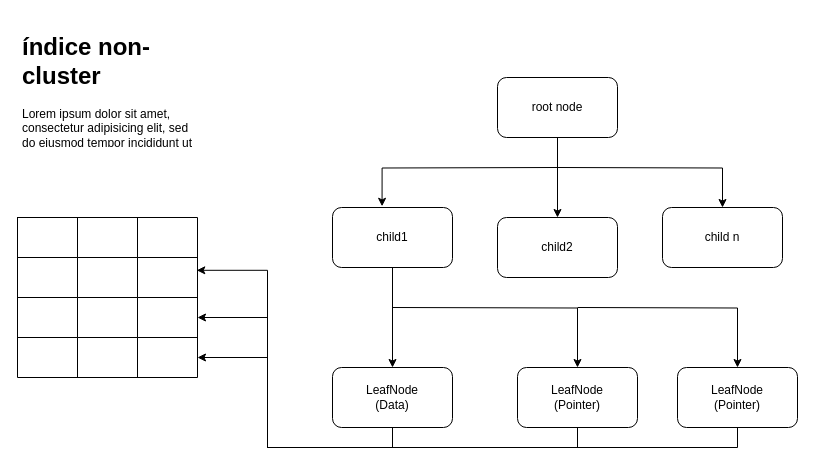
Earlier version of the draw.io diagram page "Página-2" (2 of 4) of apuntes10-10-23.drawio (KevinCordoba/RepositorioDiagramasBasesI2022). Source tidied: cells renumbered, new cells numbered last; positions are measured from the earlier drawing's top-left corner, leaving out a move shared by most shapes. Both pictures are drawn from the tidied source at 100%, with x=0, y=0 at pixel (17, 27).
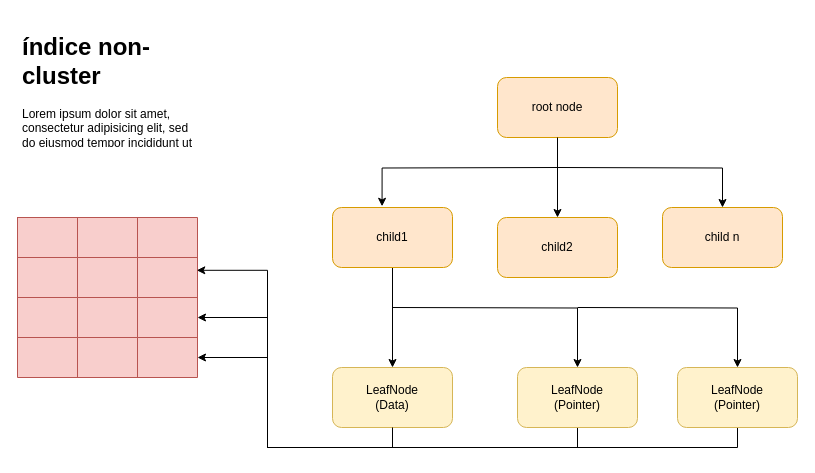
The same diagram, later.

The edit, as a diff of the source:
```diff
@@
-    <mxCell id="3" value="root node" style="rounded=1;whiteSpace=wrap;html=1;" parent="1" vertex="1">
+    <mxCell id="3" value="root node" style="rounded=1;whiteSpace=wrap;html=1;fillColor=#ffe6cc;strokeColor=#d79b00;" parent="1" vertex="1">
       <mxGeometry x="480" y="50" width="120" height="60" as="geometry" />
     </mxCell>
@@
-    <mxCell id="7" value="child1" style="rounded=1;whiteSpace=wrap;html=1;" parent="1" vertex="1">
+    <mxCell id="7" value="child1" style="rounded=1;whiteSpace=wrap;html=1;fillColor=#ffe6cc;strokeColor=#d79b00;" parent="1" vertex="1">
       <mxGeometry x="315" y="180" width="120" height="60" as="geometry" />
     </mxCell>
-    <mxCell id="8" value="child2" style="rounded=1;whiteSpace=wrap;html=1;" parent="1" vertex="1">
+    <mxCell id="8" value="child2" style="rounded=1;whiteSpace=wrap;html=1;fillColor=#ffe6cc;strokeColor=#d79b00;" parent="1" vertex="1">
       <mxGeometry x="480" y="190" width="120" height="60" as="geometry" />
     </mxCell>
-    <mxCell id="9" value="child n" style="rounded=1;whiteSpace=wrap;html=1;" parent="1" vertex="1">
+    <mxCell id="9" value="child n" style="rounded=1;whiteSpace=wrap;html=1;fillColor=#ffe6cc;strokeColor=#d79b00;" parent="1" vertex="1">
       <mxGeometry x="645" y="180" width="120" height="60" as="geometry" />
     </mxCell>
@@
-    <mxCell id="12" value="LeafNode&lt;br&gt;(Data)" style="rounded=1;whiteSpace=wrap;html=1;" parent="1" vertex="1">
+    <mxCell id="12" value="LeafNode&lt;br&gt;(Data)" style="rounded=1;whiteSpace=wrap;html=1;fillColor=#fff2cc;strokeColor=#d6b656;" parent="1" vertex="1">
       <mxGeometry x="315" y="340" width="120" height="60" as="geometry" />
     </mxCell>
@@
-    <mxCell id="14" value="LeafNode&lt;br&gt;(Pointer)" style="rounded=1;whiteSpace=wrap;html=1;" parent="1" vertex="1">
+    <mxCell id="14" value="LeafNode&lt;br&gt;(Pointer)" style="rounded=1;whiteSpace=wrap;html=1;fillColor=#fff2cc;strokeColor=#d6b656;" parent="1" vertex="1">
       <mxGeometry x="500" y="340" width="120" height="60" as="geometry" />
     </mxCell>
@@
-    <mxCell id="16" value="LeafNode&lt;br&gt;(Pointer)" style="rounded=1;whiteSpace=wrap;html=1;" parent="1" vertex="1">
+    <mxCell id="16" value="LeafNode&lt;br&gt;(Pointer)" style="rounded=1;whiteSpace=wrap;html=1;fillColor=#fff2cc;strokeColor=#d6b656;" parent="1" vertex="1">
       <mxGeometry x="660" y="340" width="120" height="60" as="geometry" />
     </mxCell>
-    <mxCell id="17" style="shape=table;startSize=0;childLayout=tableLayout;" parent="1" vertex="1">
+    <mxCell id="17" style="shape=table;startSize=0;childLayout=tableLayout;fillColor=#f8cecc;strokeColor=#b85450;" parent="1" vertex="1">
       <mxGeometry y="190" width="180" height="160" as="geometry" />
     </mxCell>
```
